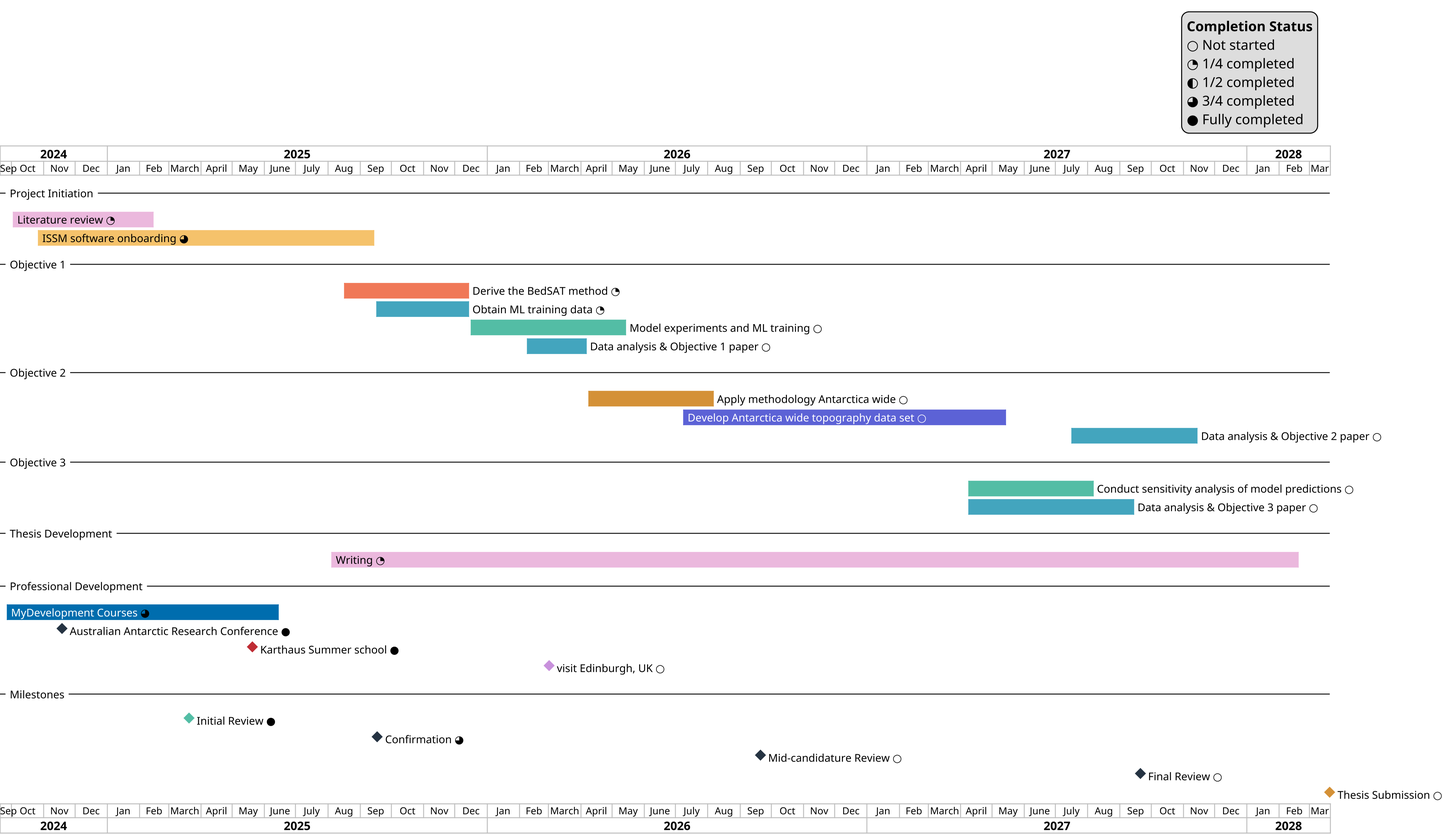
This is write/mls1/timeline.png from anabanami/BEDSAT, a PlantUML export, as it was before one commit.
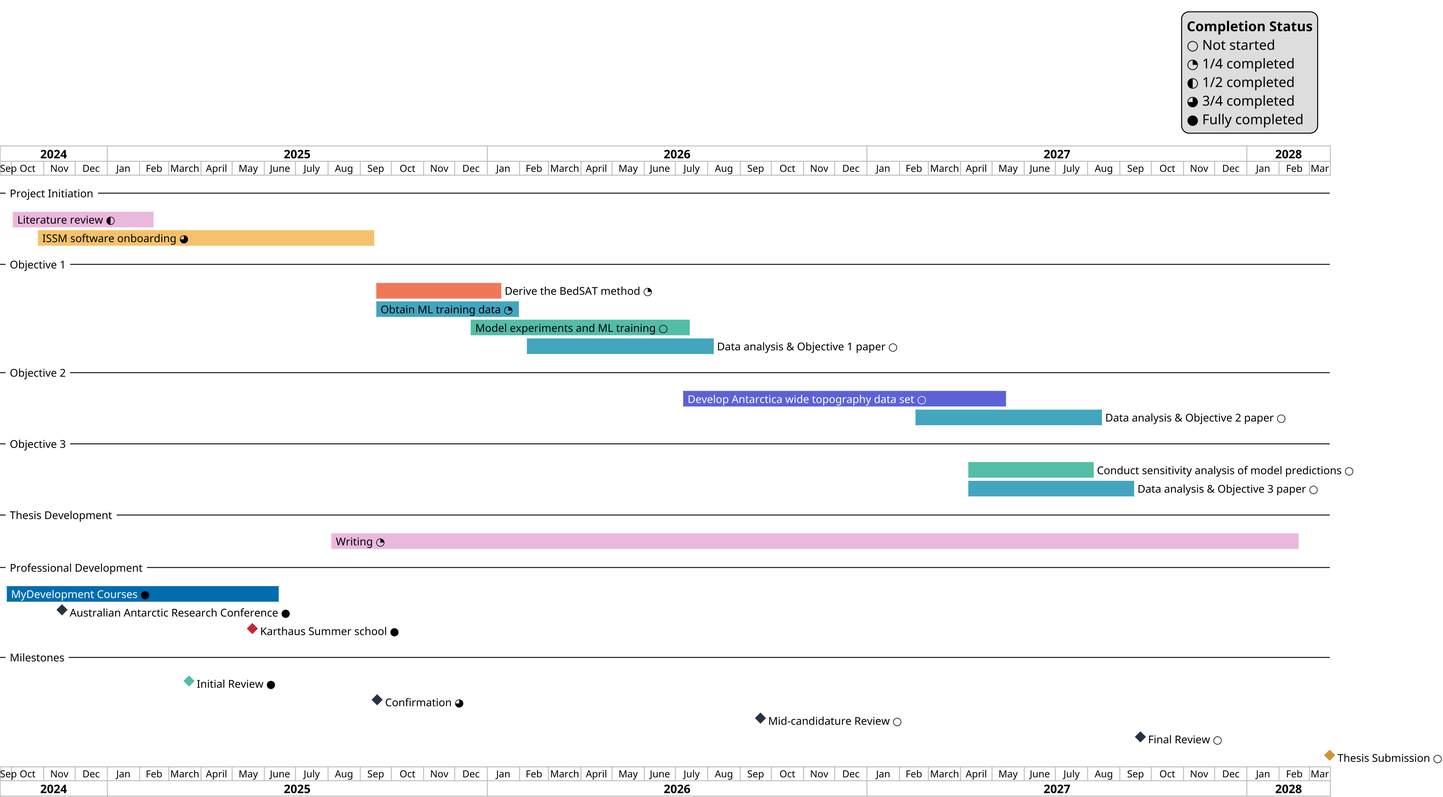
The same file after the commit.

Change to the diagram source:
```diff
@@ -13,27 +13,25 @@
 end legend
 
 -- Project Initiation --
-[Literature review ◔] as [LR] starts 2024-10-01 and ends 2025-02-15
+[Literature review ◐] as [LR] starts 2024-10-01 and ends 2025-02-15
 [LR] is colored in #ebb8dd
 [ISSM software onboarding ◕] as [ISO] starts 2024-10-25 and ends 2025-09-15
 [ISO] is colored in #f5c26b
 
 -- Objective 1 --
-[Derive the BedSAT method ◔] as [DBM] starts 2025-08-15 and ends 2025-12-15
+[Derive the BedSAT method ◔] as [DBM] starts 2025-09-15 and ends 2026-01-15
 [DBM] is colored in #f07857
-[Obtain ML training data ◔] as [DAM] starts 2025-09-15 and ends 2025-12-15
+[Obtain ML training data ◔] as [DAM] starts 2025-09-15 and ends 2026-02-01
 [DAM] is colored in #43a5be
-[Model experiments and ML training ○] as [MET] starts 2025-12-15 and ends 2026-05-15
+[Model experiments and ML training ○] as [MET] starts 2025-12-15 and ends 2026-07-15
 [MET] is colored in #53bda5
-[Data analysis & Objective 1 paper ○] as [DAO1] starts 2026-02-07 and ends 2026-04-07
+[Data analysis & Objective 1 paper ○] as [DAO1] starts 2026-02-07 and ends 2026-08-07
 [DAO1] is colored in #43a5be
 
 -- Objective 2 --
-[Apply methodology Antarctica wide ○] as [DAMAW] starts 2026-04-07 and ends 2026-08-07
-[DAMAW] is colored in #d49137
 [<font color="white">Develop Antarctica wide topography data set ○</font>] as [AWTDS] starts 2026-07-07 and ends 2027-05-15
 [AWTDS] is colored in #5c62d6
-[Data analysis & Objective 2 paper ○] as [DAO2] starts 2027-07-15 and ends 2027-11-15
+[Data analysis & Objective 2 paper ○] as [DAO2] starts 2027-02-15 and ends 2027-08-15
 [DAO2] is colored in #43a5be
 
 -- Objective 3 --
@@ -45,13 +43,12 @@
 [Writing ◔] starts 2025-08-03 and ends 2028-02-20 and is colored in #ebb8dd
 
 -- Professional Development --
-[<font color="white">MyDevelopment Courses</font> ◕] as [MDC] starts 2024-09-25 and ends 2025-06-15
+[<font color="white">MyDevelopment Courses</font> ●] as [MDC] starts 2024-09-25 and ends 2025-06-15
 [MDC] is colored in #006DAE
 [Australian Antarctic Research Conference ●] as [AARC] happens 2024-11-18 and ends 2024-11-28
 [AARC] is colored in #253342
 [Karthaus Summer school ●] as [KS] happens 2025-05-20 and ends 2025-06-01
 [KS] is colored in #bf2c34
-[visit Edinburgh, UK ○] happens 2026-03-01 and is colored in #C891DC
 
 -- Milestones --
 [Initial Review ●] as [IR] happens 2025-03-20
```
